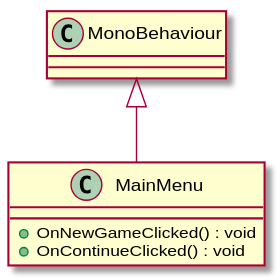
Earlier version of the PlantUML export UML/MainMenu/MainMenu.svg (robinsuurs/Mallow_Mysterie).
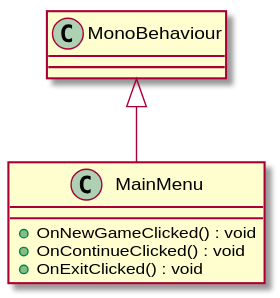
After the change.

Commit message:
Generate UML (Generate UML)

The edit, as a diff of the source:
```diff
@@ -2,6 +2,7 @@
 class MainMenu {
     + OnNewGameClicked() : void
     + OnContinueClicked() : void
+    + OnExitClicked() : void
 }
 MonoBehaviour <|-- MainMenu
 @enduml
```
